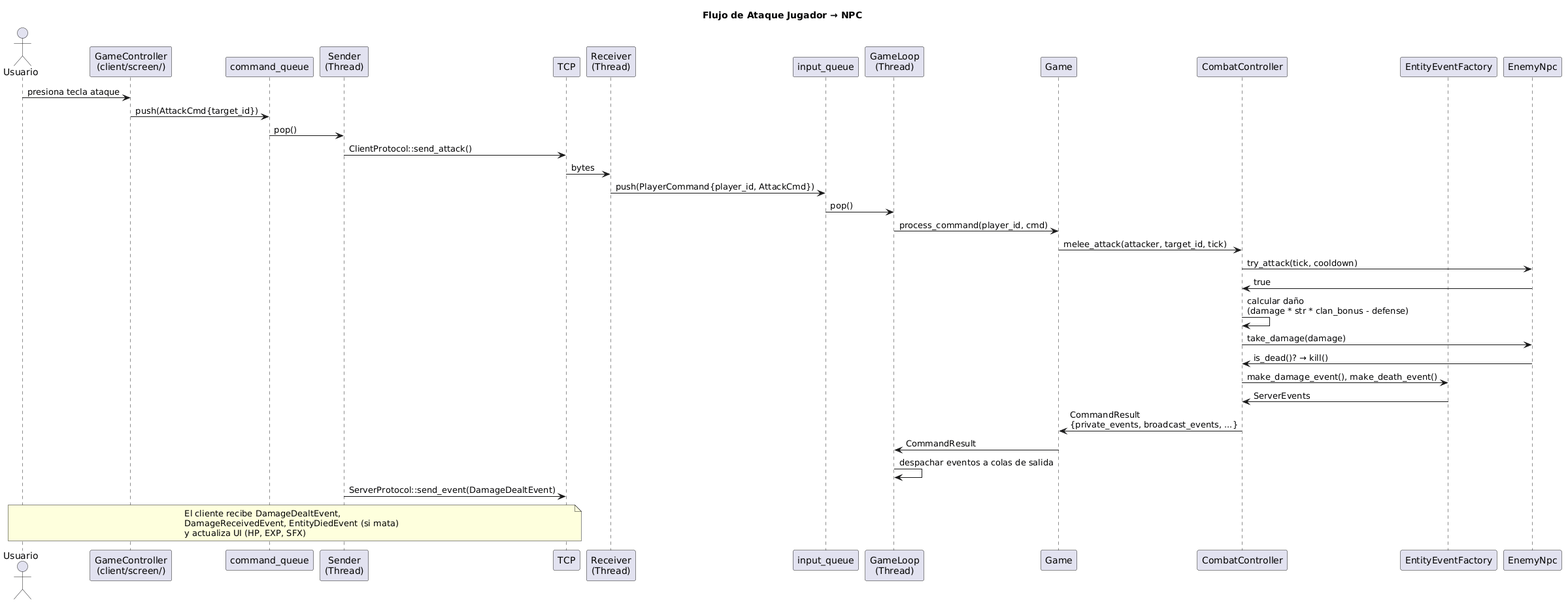
This is docs/images/uml/attack.png from MateoGonzalezPautaso/Argentum-MALT, a PlantUML export, as it was before one commit.
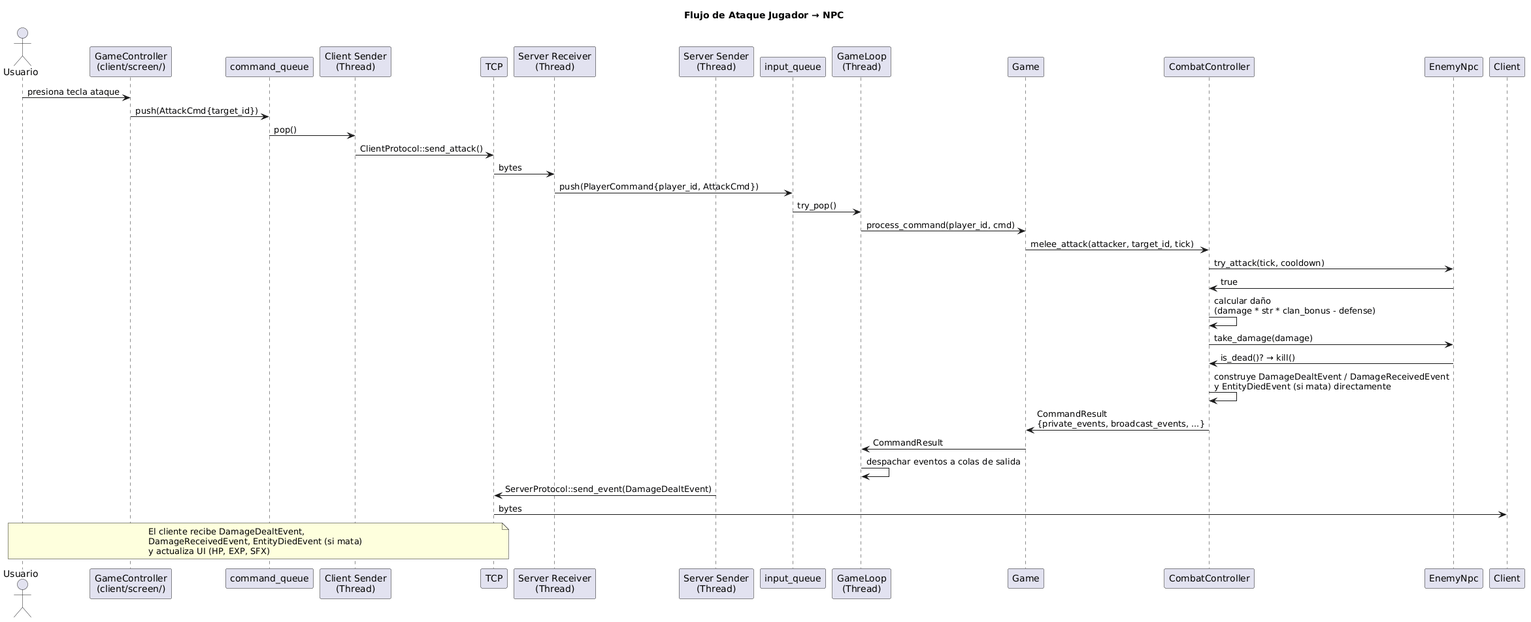
The same file after the commit.

Diff of the diagram source:
```diff
@@ -4,23 +4,23 @@
 actor Usuario
 participant "GameController\n(client/screen/)" as GC
 participant "command_queue" as CQ
-participant "Sender\n(Thread)" as S
+participant "Client Sender\n(Thread)" as CS
 participant TCP
-participant "Receiver\n(Thread)" as R
+participant "Server Receiver\n(Thread)" as SR
+participant "Server Sender\n(Thread)" as SS
 participant "input_queue" as IQ
 participant "GameLoop\n(Thread)" as GL
 participant Game
 participant CombatController as CC
-participant EntityEventFactory as EF
 participant EnemyNpc as NPC
 
 Usuario -> GC: presiona tecla ataque
 GC -> CQ: push(AttackCmd{target_id})
-CQ -> S: pop()
-S -> TCP: ClientProtocol::send_attack()
-TCP -> R: bytes
-R -> IQ: push(PlayerCommand{player_id, AttackCmd})
-IQ -> GL: pop()
+CQ -> CS: pop()
+CS -> TCP: ClientProtocol::send_attack()
+TCP -> SR: bytes
+SR -> IQ: push(PlayerCommand{player_id, AttackCmd})
+IQ -> GL: try_pop()
 GL -> Game: process_command(player_id, cmd)
 Game -> CC: melee_attack(attacker, target_id, tick)
 CC -> NPC: try_attack(tick, cooldown)
@@ -28,12 +28,12 @@
 CC -> CC: calcular daño\n(damage * str * clan_bonus - defense)
 CC -> NPC: take_damage(damage)
 NPC -> CC: is_dead()? → kill()
-CC -> EF: make_damage_event(), make_death_event()
-EF -> CC: ServerEvents
+CC -> CC: construye DamageDealtEvent / DamageReceivedEvent\ny EntityDiedEvent (si mata) directamente
 CC -> Game: CommandResult\n{private_events, broadcast_events, ...}
 Game -> GL: CommandResult
 GL -> GL: despachar eventos a colas de salida
-S -> TCP: ServerProtocol::send_event(DamageDealtEvent)
+SS -> TCP: ServerProtocol::send_event(DamageDealtEvent)
+TCP -> Client: bytes
 
 note over Usuario, TCP
   El cliente recibe DamageDealtEvent,
```
